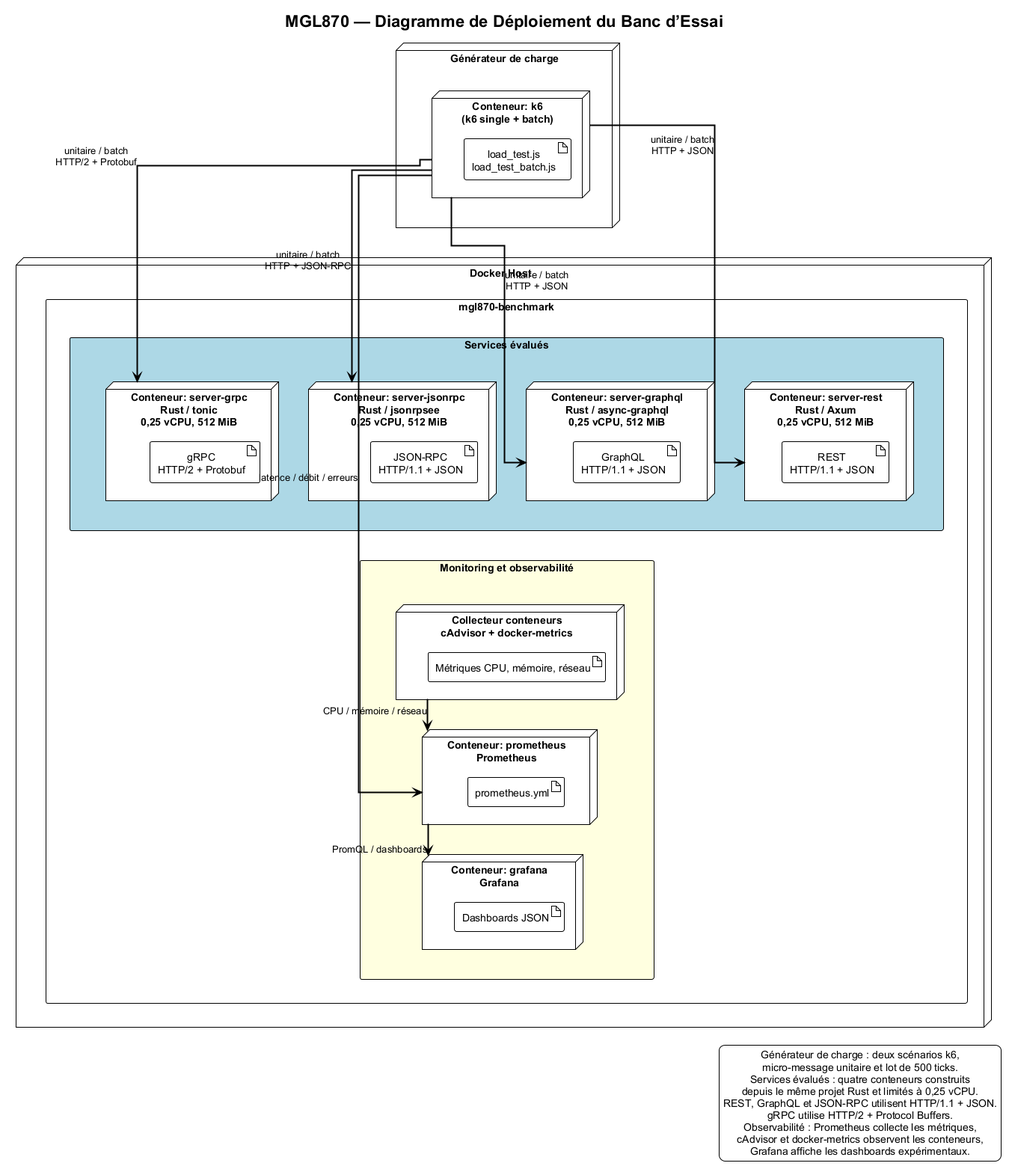
Earlier version of the PlantUML export docs/figures/architecture.png (Hugo-12341234/mgl870-benchmark-ipc).
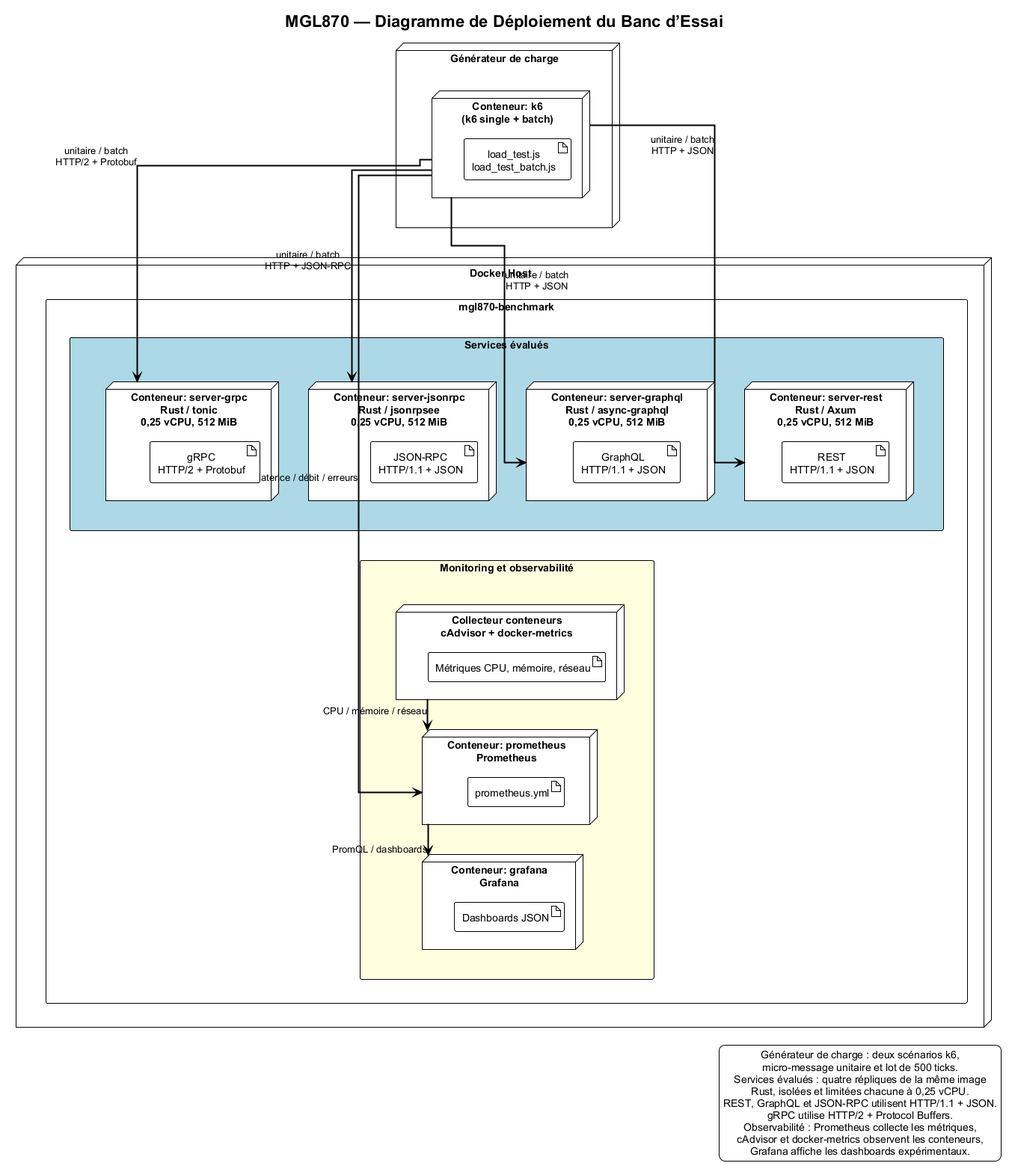
Later version of the same file.

Diff of the diagram source:
```diff
@@ -1,4 +1,4 @@
-@startuml "MGL870 - Vue Déploiement"
+@startuml
 !theme plain
 skinparam backgroundColor #FFFFFF
 skinparam linetype ortho
@@ -70,8 +70,8 @@
 legend right
 Générateur de charge : deux scénarios k6,
 micro-message unitaire et lot de 500 ticks.
-Services évalués : quatre conteneurs construits
-depuis le même projet Rust et limités à 0,25 vCPU.
+Services évalués : quatre répliques de la même image
+Rust, isolées et limitées chacune à 0,25 vCPU.
 REST, GraphQL et JSON-RPC utilisent HTTP/1.1 + JSON.
 gRPC utilise HTTP/2 + Protocol Buffers.
 Observabilité : Prometheus collecte les métriques,
```
